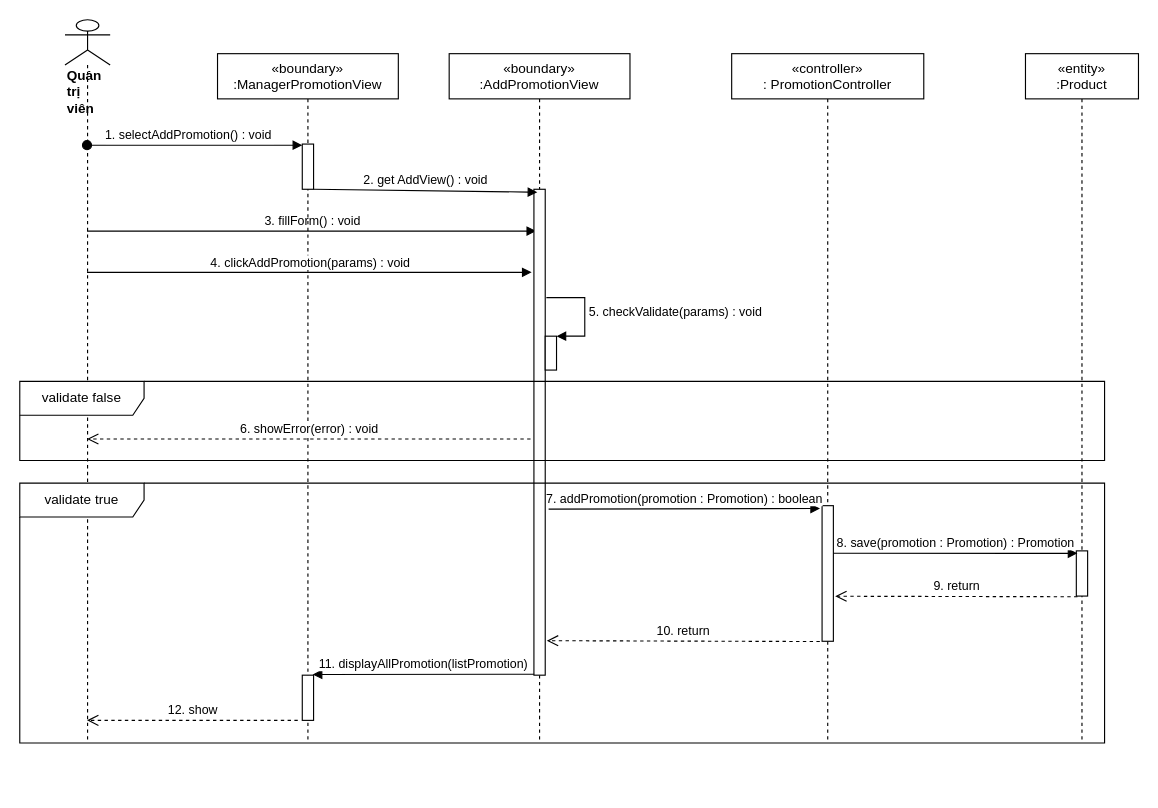
Earlier version of the draw.io diagram sequence diagram/add-newPromotion-sequence.drawio (nguyenphamvan/datn_20202). Source tidied: cells renumbered, new cells numbered last; positions are measured from the earlier drawing's top-left corner, leaving out a move shared by most shapes. Both pictures are drawn from the tidied source at 113%, with x=0, y=0 at pixel (19, 19).
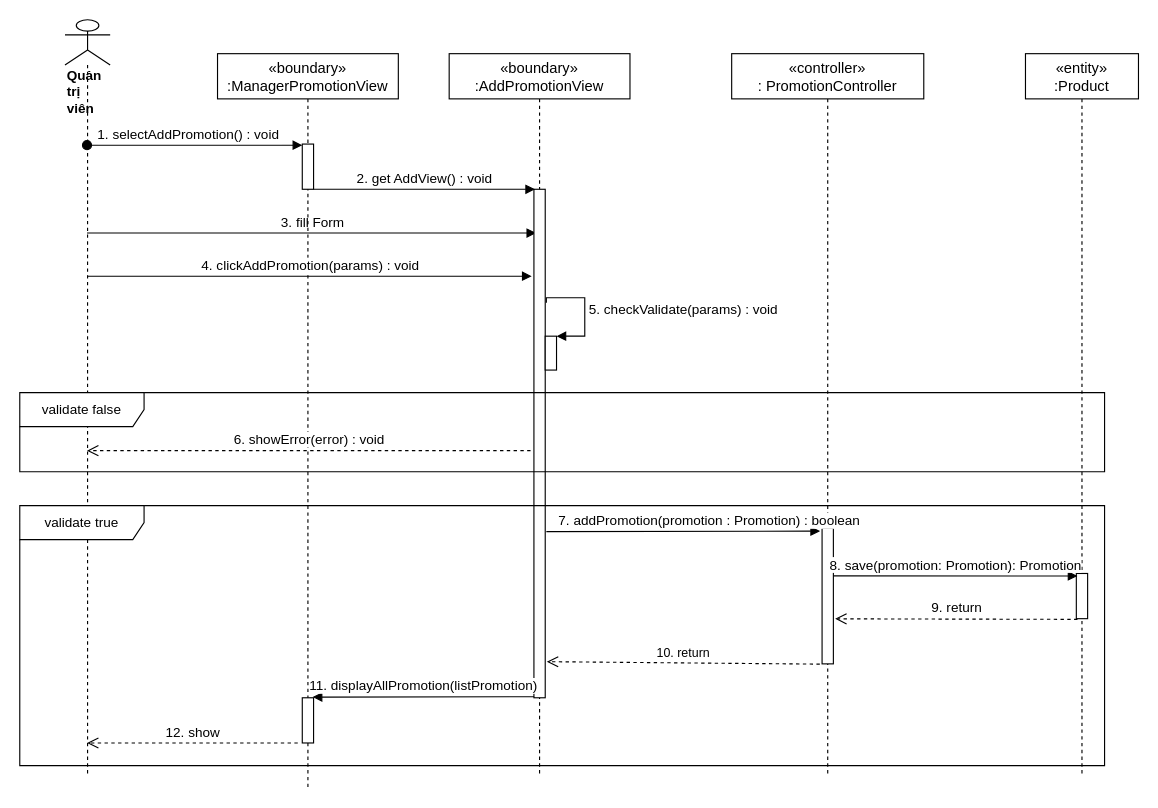
After the change.

The change refers to these unchanged cells:
```xml
<mxCell id="14" style="html=1;points=[];perimeter=orthogonalPerimeter;" parent="1" vertex="1">
  <mxGeometry x="250" y="110" width="10" height="40" as="geometry" />
</mxCell>
<mxCell id="17" style="html=1;points=[];perimeter=orthogonalPerimeter;" parent="1" vertex="1">
  <mxGeometry x="465" y="280" width="10" height="30" as="geometry" />
</mxCell>
```

Change to the diagram source:
```diff
@@
-    <mxCell id="2" value="«boundary»&#10;:AddPromotionView" style="shape=umlLifeline;perimeter=lifelinePerimeter;rounded=0;shadow=0;strokeWidth=1;" parent="1" vertex="1">
-      <mxGeometry x="380" y="30" width="160" height="610" as="geometry" />
+    <mxCell id="2" value="«boundary»&#10;:AddPromotionView" style="shape=umlLifeline;perimeter=lifelinePerimeter;rounded=0;shadow=0;strokeWidth=1;fontSize=13;" parent="1" vertex="1">
+      <mxGeometry x="380" y="30" width="160" height="640" as="geometry" />
     </mxCell>
-    <mxCell id="3" value="«controller»&#10;: PromotionController" style="shape=umlLifeline;perimeter=lifelinePerimeter;rounded=0;shadow=0;strokeWidth=1;" parent="1" vertex="1">
-      <mxGeometry x="630" y="30" width="170" height="610" as="geometry" />
+    <mxCell id="3" value="«controller»&#10;: PromotionController" style="shape=umlLifeline;perimeter=lifelinePerimeter;rounded=0;shadow=0;strokeWidth=1;fontSize=13;" parent="1" vertex="1">
+      <mxGeometry x="630" y="30" width="170" height="640" as="geometry" />
     </mxCell>
     <mxCell id="4" style="points=[];perimeter=orthogonalPerimeter;rounded=0;shadow=0;strokeWidth=1;" parent="3" vertex="1">
-      <mxGeometry x="80" y="400" width="10" height="120" as="geometry" />
+      <mxGeometry x="80" y="420" width="10" height="120" as="geometry" />
     </mxCell>
     <mxCell id="5" value="&lt;div&gt;&lt;b&gt;Quản trị viên&lt;/b&gt;&lt;/div&gt;" style="shape=umlLifeline;participant=umlActor;perimeter=lifelinePerimeter;whiteSpace=wrap;html=1;verticalAlign=top;spacingTop=36;outlineConnect=0;align=left;size=40;" parent="1" vertex="1">
-      <mxGeometry x="40" width="40" height="640" as="geometry" />
+      <mxGeometry x="40" width="40" height="670" as="geometry" />
     </mxCell>
-    <mxCell id="6" value="1. selectAddPromotion() : void" style="verticalAlign=bottom;startArrow=oval;endArrow=block;startSize=8;shadow=0;strokeWidth=1;entryX=0;entryY=0.025;entryDx=0;entryDy=0;entryPerimeter=0;" parent="1" edge="1" source="5" target="14">
+    <mxCell id="6" value="1. selectAddPromotion() : void" style="verticalAlign=bottom;startArrow=oval;endArrow=block;startSize=8;shadow=0;strokeWidth=1;entryX=0;entryY=0.025;entryDx=0;entryDy=0;entryPerimeter=0;fontSize=12;" parent="1" edge="1" source="5" target="14">
       <mxGeometry x="-0.06" relative="1" as="geometry" />
     </mxCell>
-    <mxCell id="7" value="«entity»&#10;:Product" style="shape=umlLifeline;perimeter=lifelinePerimeter;rounded=0;shadow=0;strokeWidth=1;" parent="1" vertex="1">
-      <mxGeometry x="890" y="30" width="100" height="610" as="geometry" />
+    <mxCell id="7" value="«entity»&#10;:Product" style="shape=umlLifeline;perimeter=lifelinePerimeter;rounded=0;shadow=0;strokeWidth=1;fontSize=13;" parent="1" vertex="1">
+      <mxGeometry x="890" y="30" width="100" height="640" as="geometry" />
     </mxCell>
     <mxCell id="8" style="points=[];perimeter=orthogonalPerimeter;rounded=0;shadow=0;strokeWidth=1;" parent="7" vertex="1">
-      <mxGeometry x="45" y="440" width="10" height="40" as="geometry" />
+      <mxGeometry x="45" y="460" width="10" height="40" as="geometry" />
     </mxCell>
-    <mxCell id="9" value="8. save(promotion : Promotion) : Promotion" style="html=1;verticalAlign=bottom;endArrow=block;entryX=0.1;entryY=0.055;entryDx=0;entryDy=0;entryPerimeter=0;exitX=1;exitY=0.351;exitDx=0;exitDy=0;exitPerimeter=0;" parent="1" edge="1" source="4" target="8">
+    <mxCell id="9" value="&lt;font style=&quot;font-size: 12px&quot;&gt;8. save(promotion: Promotion): Promotion&lt;/font&gt;" style="html=1;verticalAlign=bottom;endArrow=block;entryX=0.1;entryY=0.055;entryDx=0;entryDy=0;entryPerimeter=0;exitX=1;exitY=0.351;exitDx=0;exitDy=0;exitPerimeter=0;" parent="1" edge="1" source="4" target="8">
       <mxGeometry relative="1" as="geometry" />
     </mxCell>
-    <mxCell id="10" value="9. return" style="html=1;verticalAlign=bottom;endArrow=open;dashed=1;endSize=8;exitX=0.1;exitY=1.015;exitDx=0;exitDy=0;exitPerimeter=0;entryX=1.16;entryY=0.668;entryDx=0;entryDy=0;entryPerimeter=0;" parent="1" edge="1" source="8" target="4">
+    <mxCell id="10" value="&lt;font style=&quot;font-size: 12px&quot;&gt;9. return&lt;/font&gt;" style="html=1;verticalAlign=bottom;endArrow=open;dashed=1;endSize=8;exitX=0.1;exitY=1.015;exitDx=0;exitDy=0;exitPerimeter=0;entryX=1.16;entryY=0.668;entryDx=0;entryDy=0;entryPerimeter=0;" parent="1" edge="1" source="8" target="4">
       <mxGeometry relative="1" as="geometry" />
     </mxCell>
-    <mxCell id="11" value="3. fillForm() : void" style="html=1;verticalAlign=bottom;endArrow=block;entryX=0.2;entryY=0.086;entryDx=0;entryDy=0;entryPerimeter=0;" parent="1" edge="1" source="5" target="15">
+    <mxCell id="11" value="&lt;font style=&quot;font-size: 12px&quot;&gt;3. fill Form&lt;/font&gt;" style="html=1;verticalAlign=bottom;endArrow=block;entryX=0.2;entryY=0.086;entryDx=0;entryDy=0;entryPerimeter=0;" parent="1" edge="1" source="5" target="15">
       <mxGeometry relative="1" as="geometry" />
     </mxCell>
-    <mxCell id="12" value="7. addPromotion(promotion : Promotion) : boolean" style="html=1;verticalAlign=bottom;endArrow=block;entryX=-0.18;entryY=0.021;entryDx=0;entryDy=0;entryPerimeter=0;" parent="1" edge="1" target="4">
-      <mxGeometry relative="1" as="geometry">
-        <mxPoint x="468" y="433" as="sourcePoint" />
+    <mxCell id="12" value="&lt;font style=&quot;font-size: 12px&quot;&gt;7. addPromotion(promotion : Promotion) : boolean&lt;/font&gt;" style="html=1;verticalAlign=bottom;endArrow=block;entryX=-0.18;entryY=0.021;entryDx=0;entryDy=0;entryPerimeter=0;" parent="1" edge="1" target="4">
+      <mxGeometry x="0.19" relative="1" as="geometry">
+        <mxPoint x="466" y="453" as="sourcePoint" />
       </mxGeometry>
     </mxCell>
-    <mxCell id="13" value="«boundary»&#10;:ManagerPromotionView" style="shape=umlLifeline;perimeter=lifelinePerimeter;rounded=0;shadow=0;strokeWidth=1;" parent="1" vertex="1">
-      <mxGeometry x="175" y="30" width="160" height="610" as="geometry" />
+    <mxCell id="13" value="«boundary»&#10;:ManagerPromotionView" style="shape=umlLifeline;perimeter=lifelinePerimeter;rounded=0;shadow=0;strokeWidth=1;fontSize=13;" parent="1" vertex="1">
+      <mxGeometry x="175" y="30" width="160" height="650" as="geometry" />
     </mxCell>
@@
     <mxCell id="15" style="html=1;points=[];perimeter=orthogonalPerimeter;" parent="1" vertex="1">
-      <mxGeometry x="455" y="150" width="10" height="430" as="geometry" />
+      <mxGeometry x="455" y="150" width="10" height="450" as="geometry" />
     </mxCell>
-    <mxCell id="16" value="2. get AddView() : void" style="html=1;verticalAlign=bottom;endArrow=block;exitX=1;exitY=1;exitDx=0;exitDy=0;exitPerimeter=0;entryX=0.3;entryY=0.006;entryDx=0;entryDy=0;entryPerimeter=0;" parent="1" edge="1" source="14" target="15">
+    <mxCell id="16" value="&lt;font style=&quot;font-size: 12px&quot;&gt;2. get AddView() : void&lt;/font&gt;" style="html=1;verticalAlign=bottom;endArrow=block;exitX=1;exitY=1;exitDx=0;exitDy=0;exitPerimeter=0;entryX=0.1;entryY=0;entryDx=0;entryDy=0;entryPerimeter=0;" parent="1" edge="1" source="14" target="15">
       <mxGeometry relative="1" as="geometry" />
     </mxCell>
@@
-    <mxCell id="18" value="5. checkValidate(params) : void&amp;nbsp;" style="edgeStyle=orthogonalEdgeStyle;html=1;align=left;spacingLeft=2;endArrow=block;rounded=0;entryX=1;entryY=0;exitX=1.1;exitY=0.223;exitDx=0;exitDy=0;exitPerimeter=0;" parent="1" edge="1" source="15" target="17">
+    <mxCell id="18" value="&lt;font style=&quot;font-size: 12px&quot;&gt;5. checkValidate(params) : void&amp;nbsp;&lt;/font&gt;" style="edgeStyle=orthogonalEdgeStyle;html=1;align=left;spacingLeft=2;endArrow=block;rounded=0;entryX=1;entryY=0;exitX=1.1;exitY=0.223;exitDx=0;exitDy=0;exitPerimeter=0;" parent="1" edge="1" source="15" target="17">
       <mxGeometry relative="1" as="geometry">
         <Array as="points">
           <mxPoint x="500" y="246" />
           <mxPoint x="500" y="280" />
         </Array>
       </mxGeometry>
     </mxCell>
-    <mxCell id="19" value="4. clickAddPromotion(params) : void" style="html=1;verticalAlign=bottom;endArrow=block;entryX=-0.2;entryY=0.171;entryDx=0;entryDy=0;entryPerimeter=0;" parent="1" edge="1" source="5" target="15">
+    <mxCell id="19" value="&lt;font style=&quot;font-size: 12px&quot;&gt;4. clickAddPromotion(params) : void&lt;/font&gt;" style="html=1;verticalAlign=bottom;endArrow=block;entryX=-0.2;entryY=0.171;entryDx=0;entryDy=0;entryPerimeter=0;" parent="1" edge="1" source="5" target="15">
       <mxGeometry relative="1" as="geometry" />
     </mxCell>
-    <mxCell id="20" value="6. showError(error) : void" style="html=1;verticalAlign=bottom;endArrow=open;dashed=1;endSize=8;exitX=-0.3;exitY=0.514;exitDx=0;exitDy=0;exitPerimeter=0;" parent="1" edge="1" source="15" target="5">
+    <mxCell id="20" value="&lt;font style=&quot;font-size: 12px&quot;&gt;6. showError(error) : void&lt;/font&gt;" style="html=1;verticalAlign=bottom;endArrow=open;dashed=1;endSize=8;exitX=-0.3;exitY=0.514;exitDx=0;exitDy=0;exitPerimeter=0;" parent="1" edge="1" source="15" target="5">
       <mxGeometry relative="1" as="geometry" />
     </mxCell>
     <mxCell id="21" value="validate false" style="shape=umlFrame;whiteSpace=wrap;html=1;width=110;height=30;" parent="1" vertex="1">
-      <mxGeometry y="320" width="960" height="70" as="geometry" />
+      <mxGeometry y="330" width="960" height="70" as="geometry" />
     </mxCell>
@@
     <mxCell id="23" style="html=1;points=[];perimeter=orthogonalPerimeter;" parent="1" vertex="1">
-      <mxGeometry x="250" y="580" width="10" height="40" as="geometry" />
+      <mxGeometry x="250" y="600" width="10" height="40" as="geometry" />
     </mxCell>
     <mxCell id="24" value="validate true" style="shape=umlFrame;whiteSpace=wrap;html=1;width=110;height=30;" parent="1" vertex="1">
-      <mxGeometry y="410" width="960" height="230" as="geometry" />
+      <mxGeometry y="430" width="960" height="230" as="geometry" />
     </mxCell>
-    <mxCell id="25" value="12. show" style="html=1;verticalAlign=bottom;endArrow=open;dashed=1;endSize=8;exitX=-0.4;exitY=1;exitDx=0;exitDy=0;exitPerimeter=0;" parent="1" edge="1" source="23" target="5">
+    <mxCell id="25" value="&lt;font style=&quot;font-size: 12px&quot;&gt;12. show&lt;/font&gt;" style="html=1;verticalAlign=bottom;endArrow=open;dashed=1;endSize=8;exitX=-0.4;exitY=1;exitDx=0;exitDy=0;exitPerimeter=0;" parent="1" edge="1" source="23" target="5">
       <mxGeometry relative="1" as="geometry" />
     </mxCell>
-    <mxCell id="26" value="&lt;span style=&quot;font-family: &amp;#34;helvetica&amp;#34;&quot;&gt;11. displayAllPromotion(listPromotion)&lt;/span&gt;" style="html=1;verticalAlign=bottom;endArrow=block;entryX=0.92;entryY=-0.015;entryDx=0;entryDy=0;entryPerimeter=0;exitX=0.02;exitY=0.998;exitDx=0;exitDy=0;exitPerimeter=0;" parent="1" edge="1" source="15" target="23">
+    <mxCell id="26" value="&lt;span style=&quot;font-family: &amp;#34;helvetica&amp;#34;&quot;&gt;&lt;font style=&quot;font-size: 12px&quot;&gt;11. displayAllPromotion(listPromotion)&lt;/font&gt;&lt;/span&gt;" style="html=1;verticalAlign=bottom;endArrow=block;entryX=0.92;entryY=-0.015;entryDx=0;entryDy=0;entryPerimeter=0;exitX=0.02;exitY=0.998;exitDx=0;exitDy=0;exitPerimeter=0;" parent="1" edge="1" source="15" target="23">
       <mxGeometry relative="1" as="geometry" />
     </mxCell>
```
